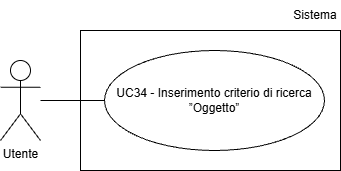
Team-Three-Technologies/Documenti keeps this draw.io diagram as assets/Use_Case_Diagrams/UC34.png. Above is the earlier version. Source tidied: cells renumbered, new cells last; positions are measured from the earlier drawing's top-left corner, leaving out a move shared by most shapes.
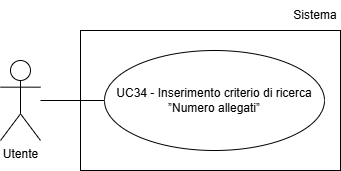
Later version of the same file.

The edit, as a diff of the source:
```diff
@@ -5,14 +5,14 @@
     <mxCell id="2" value="Utente" style="shape=umlActor;verticalLabelPosition=bottom;verticalAlign=top;html=1;" parent="1" vertex="1">
       <mxGeometry y="60" width="40" height="80" as="geometry" />
     </mxCell>
-    <mxCell id="3" value="UC34 - Inserimento criterio di ricerca ”Oggetto”" style="ellipse;whiteSpace=wrap;html=1;align=center;" parent="1" vertex="1">
-      <mxGeometry x="104" y="50" width="220" height="100" as="geometry" />
-    </mxCell>
-    <mxCell id="4" style="endArrow=none;html=1;rounded=0;entryX=0;entryY=0.5;entryDx=0;entryDy=0;" parent="1" edge="1" target="3">
-      <mxGeometry relative="1" as="geometry">
-        <mxPoint x="40" y="100" as="sourcePoint" />
-      </mxGeometry>
-    </mxCell>
+    <mxCell id="7" value="UC34 - Inserimento criterio di ricerca ”Numero allegati”" style="ellipse;whiteSpace=wrap;html=1;align=center;" parent="1" vertex="1">
+      <mxGeometry x="104" y="50" width="220" height="100" as="geometry" />
+    </mxCell>
+    <mxCell id="8" style="endArrow=none;html=1;rounded=0;entryX=0;entryY=0.5;entryDx=0;entryDy=0;" parent="1" edge="1" target="7">
+      <mxGeometry relative="1" as="geometry">
+        <mxPoint x="40" y="100" as="sourcePoint" />
+      </mxGeometry>
+    </mxCell>
     <mxCell id="5" style="rounded=0;whiteSpace=wrap;html=1;fillColor=none;" parent="1" vertex="1">
       <mxGeometry x="80" y="30" width="260" height="140" as="geometry" />
     </mxCell>
```
